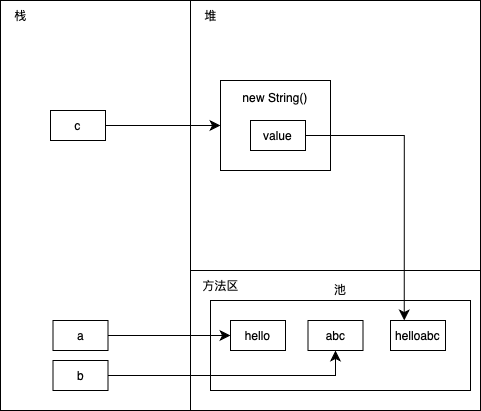
Stolorzs/Picgo keeps this draw.io diagram as drawio/StringExercise08.png. Above is the earlier version. Source tidied: cells renumbered, new cells last; positions are measured from the earlier drawing's top-left corner, leaving out a move shared by most shapes.
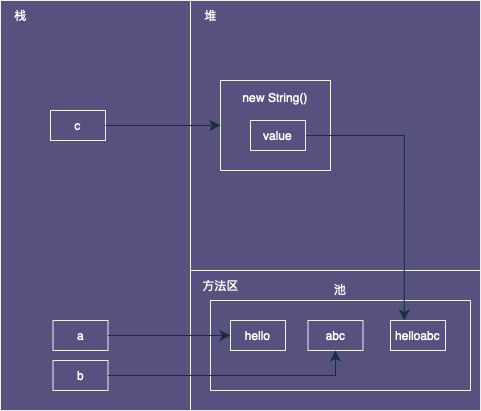
Above is the later version.

Diff of the diagram source:
```diff
@@ -2,67 +2,67 @@
   <root>
     <mxCell id="0" />
     <mxCell id="1" parent="0" />
-    <mxCell id="2" style="group;labelBackgroundColor=none;" parent="1" vertex="1">
+    <mxCell id="2" style="group;labelBackgroundColor=none;fontColor=#FFFFFF;" parent="1" vertex="1">
       <mxGeometry width="480" height="410" as="geometry" />
     </mxCell>
-    <mxCell id="3" style="rounded=0;whiteSpace=wrap;html=1;labelBackgroundColor=none;" parent="2" vertex="1">
+    <mxCell id="3" style="rounded=0;whiteSpace=wrap;html=1;labelBackgroundColor=none;fillColor=#56517E;strokeColor=#EEEEEE;fontColor=#FFFFFF;" parent="2" vertex="1">
       <mxGeometry x="190" y="270" width="290" height="140" as="geometry" />
     </mxCell>
-    <mxCell id="4" style="rounded=0;whiteSpace=wrap;html=1;labelBackgroundColor=none;" parent="2" vertex="1">
+    <mxCell id="4" style="rounded=0;whiteSpace=wrap;html=1;labelBackgroundColor=none;fillColor=#56517E;strokeColor=#EEEEEE;fontColor=#FFFFFF;" parent="2" vertex="1">
       <mxGeometry x="190" width="290" height="270" as="geometry" />
     </mxCell>
-    <mxCell id="5" style="rounded=0;whiteSpace=wrap;html=1;labelBackgroundColor=none;" parent="2" vertex="1">
+    <mxCell id="5" style="rounded=0;whiteSpace=wrap;html=1;labelBackgroundColor=none;fillColor=#56517E;strokeColor=#EEEEEE;fontColor=#FFFFFF;" parent="2" vertex="1">
       <mxGeometry width="190" height="410" as="geometry" />
     </mxCell>
-    <mxCell id="6" value="栈" style="text;html=1;align=center;verticalAlign=middle;strokeColor=none;fillColor=none;labelBackgroundColor=none;" parent="2" vertex="1">
+    <mxCell id="6" value="栈" style="text;html=1;align=center;verticalAlign=middle;strokeColor=none;fillColor=none;labelBackgroundColor=none;fontColor=#FFFFFF;" parent="2" vertex="1">
       <mxGeometry width="40" height="30" as="geometry" />
     </mxCell>
-    <mxCell id="7" value="堆" style="text;html=1;align=center;verticalAlign=middle;strokeColor=none;fillColor=none;labelBackgroundColor=none;" parent="2" vertex="1">
+    <mxCell id="7" value="堆" style="text;html=1;align=center;verticalAlign=middle;strokeColor=none;fillColor=none;labelBackgroundColor=none;fontColor=#FFFFFF;" parent="2" vertex="1">
       <mxGeometry x="190" width="40" height="30" as="geometry" />
     </mxCell>
-    <mxCell id="8" value="方法区" style="text;html=1;align=center;verticalAlign=middle;strokeColor=none;fillColor=none;labelBackgroundColor=none;" parent="2" vertex="1">
+    <mxCell id="8" value="方法区" style="text;html=1;align=center;verticalAlign=middle;strokeColor=none;fillColor=none;labelBackgroundColor=none;fontColor=#FFFFFF;" parent="2" vertex="1">
       <mxGeometry x="190" y="270" width="60" height="30" as="geometry" />
     </mxCell>
-    <mxCell id="9" value="c" style="rounded=0;whiteSpace=wrap;html=1;labelBackgroundColor=none;" parent="2" vertex="1">
+    <mxCell id="9" value="c" style="rounded=0;whiteSpace=wrap;html=1;labelBackgroundColor=none;fillColor=#56517E;strokeColor=#EEEEEE;fontColor=#FFFFFF;" parent="2" vertex="1">
       <mxGeometry x="50" y="110" width="55" height="30" as="geometry" />
     </mxCell>
-    <mxCell id="10" style="edgeStyle=none;curved=1;rounded=0;orthogonalLoop=1;jettySize=auto;html=1;exitX=0.5;exitY=1;exitDx=0;exitDy=0;fontSize=12;startSize=8;endSize=8;labelBackgroundColor=none;fontColor=default;" parent="2" edge="1" source="9" target="9">
+    <mxCell id="10" style="edgeStyle=none;curved=1;rounded=0;orthogonalLoop=1;jettySize=auto;html=1;exitX=0.5;exitY=1;exitDx=0;exitDy=0;fontSize=12;startSize=8;endSize=8;labelBackgroundColor=none;fontColor=default;strokeColor=#182E3E;" parent="2" edge="1" source="9" target="9">
       <mxGeometry relative="1" as="geometry" />
     </mxCell>
-    <mxCell id="11" value="池&lt;div&gt;&lt;br&gt;&lt;/div&gt;&lt;div&gt;&lt;br&gt;&lt;/div&gt;&lt;div&gt;&lt;br&gt;&lt;/div&gt;&lt;div&gt;&lt;br&gt;&lt;/div&gt;&lt;div&gt;&lt;br&gt;&lt;/div&gt;&lt;div&gt;&lt;br&gt;&lt;/div&gt;&lt;div&gt;&lt;br&gt;&lt;/div&gt;&lt;div&gt;&lt;br&gt;&lt;/div&gt;" style="rounded=0;whiteSpace=wrap;html=1;fillColor=none;labelBackgroundColor=none;" parent="1" vertex="1">
+    <mxCell id="11" value="池&lt;div&gt;&lt;br&gt;&lt;/div&gt;&lt;div&gt;&lt;br&gt;&lt;/div&gt;&lt;div&gt;&lt;br&gt;&lt;/div&gt;&lt;div&gt;&lt;br&gt;&lt;/div&gt;&lt;div&gt;&lt;br&gt;&lt;/div&gt;&lt;div&gt;&lt;br&gt;&lt;/div&gt;&lt;div&gt;&lt;br&gt;&lt;/div&gt;&lt;div&gt;&lt;br&gt;&lt;/div&gt;" style="rounded=0;whiteSpace=wrap;html=1;fillColor=none;labelBackgroundColor=none;strokeColor=#EEEEEE;fontColor=#FFFFFF;" parent="1" vertex="1">
       <mxGeometry x="210" y="300" width="260" height="90" as="geometry" />
     </mxCell>
-    <mxCell id="12" value="a" style="rounded=0;whiteSpace=wrap;html=1;labelBackgroundColor=none;" parent="1" vertex="1">
+    <mxCell id="12" value="a" style="rounded=0;whiteSpace=wrap;html=1;labelBackgroundColor=none;fillColor=#56517E;strokeColor=#EEEEEE;fontColor=#FFFFFF;" parent="1" vertex="1">
       <mxGeometry x="52.5" y="320" width="55" height="30" as="geometry" />
     </mxCell>
-    <mxCell id="13" value="b" style="rounded=0;whiteSpace=wrap;html=1;labelBackgroundColor=none;" parent="1" vertex="1">
+    <mxCell id="13" value="b" style="rounded=0;whiteSpace=wrap;html=1;labelBackgroundColor=none;fillColor=#56517E;strokeColor=#EEEEEE;fontColor=#FFFFFF;" parent="1" vertex="1">
       <mxGeometry x="52.5" y="360" width="55" height="30" as="geometry" />
     </mxCell>
-    <mxCell id="14" value="new String()&lt;div&gt;&lt;br&gt;&lt;/div&gt;&lt;div&gt;&lt;br&gt;&lt;/div&gt;&lt;div&gt;&lt;br&gt;&lt;/div&gt;&lt;div&gt;&lt;br&gt;&lt;/div&gt;" style="rounded=0;whiteSpace=wrap;html=1;labelBackgroundColor=none;" parent="1" vertex="1">
+    <mxCell id="14" value="new String()&lt;div&gt;&lt;br&gt;&lt;/div&gt;&lt;div&gt;&lt;br&gt;&lt;/div&gt;&lt;div&gt;&lt;br&gt;&lt;/div&gt;&lt;div&gt;&lt;br&gt;&lt;/div&gt;" style="rounded=0;whiteSpace=wrap;html=1;labelBackgroundColor=none;fillColor=#56517E;strokeColor=#EEEEEE;fontColor=#FFFFFF;" parent="1" vertex="1">
       <mxGeometry x="220" y="80" width="110" height="90" as="geometry" />
     </mxCell>
-    <mxCell id="15" value="abc" style="rounded=0;whiteSpace=wrap;html=1;labelBackgroundColor=none;" parent="1" vertex="1">
+    <mxCell id="15" value="abc" style="rounded=0;whiteSpace=wrap;html=1;labelBackgroundColor=none;fillColor=#56517E;strokeColor=#EEEEEE;fontColor=#FFFFFF;" parent="1" vertex="1">
       <mxGeometry x="307.5" y="320" width="55" height="30" as="geometry" />
     </mxCell>
-    <mxCell id="16" style="edgeStyle=none;curved=1;rounded=0;jettySize=auto;html=1;fontSize=12;startSize=8;endSize=8;labelBackgroundColor=none;fontColor=default;" parent="1" edge="1" source="12" target="17">
+    <mxCell id="16" style="edgeStyle=none;curved=1;rounded=0;jettySize=auto;html=1;fontSize=12;startSize=8;endSize=8;labelBackgroundColor=none;fontColor=default;strokeColor=#182E3E;" parent="1" edge="1" source="12" target="17">
       <mxGeometry relative="1" as="geometry" />
     </mxCell>
-    <mxCell id="17" value="hello" style="rounded=0;whiteSpace=wrap;html=1;labelBackgroundColor=none;" parent="1" vertex="1">
+    <mxCell id="17" value="hello" style="rounded=0;whiteSpace=wrap;html=1;labelBackgroundColor=none;fillColor=#56517E;strokeColor=#EEEEEE;fontColor=#FFFFFF;" parent="1" vertex="1">
       <mxGeometry x="230" y="320" width="55" height="30" as="geometry" />
     </mxCell>
-    <mxCell id="18" style="edgeStyle=orthogonalEdgeStyle;rounded=0;jettySize=auto;html=1;fontSize=12;startSize=8;endSize=8;labelBackgroundColor=none;fontColor=default;" parent="1" edge="1" source="13" target="15">
+    <mxCell id="18" style="edgeStyle=orthogonalEdgeStyle;rounded=0;jettySize=auto;html=1;fontSize=12;startSize=8;endSize=8;labelBackgroundColor=none;fontColor=default;strokeColor=#182E3E;" parent="1" edge="1" source="13" target="15">
       <mxGeometry relative="1" as="geometry" />
     </mxCell>
-    <mxCell id="19" style="edgeStyle=orthogonalEdgeStyle;rounded=0;jettySize=auto;html=1;entryX=0;entryY=0.5;entryDx=0;entryDy=0;fontSize=12;startSize=8;endSize=8;" parent="1" edge="1" source="9" target="14">
+    <mxCell id="19" style="edgeStyle=orthogonalEdgeStyle;rounded=0;jettySize=auto;html=1;entryX=0;entryY=0.5;entryDx=0;entryDy=0;fontSize=12;startSize=8;endSize=8;labelBackgroundColor=none;strokeColor=#182E3E;fontColor=default;" parent="1" edge="1" source="9" target="14">
       <mxGeometry relative="1" as="geometry" />
     </mxCell>
-    <mxCell id="20" style="edgeStyle=orthogonalEdgeStyle;rounded=0;jettySize=auto;html=1;entryX=0.25;entryY=0;entryDx=0;entryDy=0;fontSize=12;startSize=8;endSize=8;" parent="1" edge="1" source="21" target="22">
+    <mxCell id="20" style="edgeStyle=orthogonalEdgeStyle;rounded=0;jettySize=auto;html=1;entryX=0.25;entryY=0;entryDx=0;entryDy=0;fontSize=12;startSize=8;endSize=8;labelBackgroundColor=none;strokeColor=#182E3E;fontColor=default;" parent="1" edge="1" source="21" target="22">
       <mxGeometry relative="1" as="geometry" />
     </mxCell>
-    <mxCell id="21" value="value" style="rounded=0;whiteSpace=wrap;html=1;labelBackgroundColor=none;" parent="1" vertex="1">
+    <mxCell id="21" value="value" style="rounded=0;whiteSpace=wrap;html=1;labelBackgroundColor=none;fillColor=#56517E;strokeColor=#EEEEEE;fontColor=#FFFFFF;" parent="1" vertex="1">
       <mxGeometry x="250" y="120" width="55" height="30" as="geometry" />
     </mxCell>
-    <mxCell id="22" value="helloabc" style="rounded=0;whiteSpace=wrap;html=1;labelBackgroundColor=none;" parent="1" vertex="1">
+    <mxCell id="22" value="helloabc" style="rounded=0;whiteSpace=wrap;html=1;labelBackgroundColor=none;fillColor=#56517E;strokeColor=#EEEEEE;fontColor=#FFFFFF;" parent="1" vertex="1">
       <mxGeometry x="390" y="320" width="55" height="30" as="geometry" />
     </mxCell>
   </root>
```
